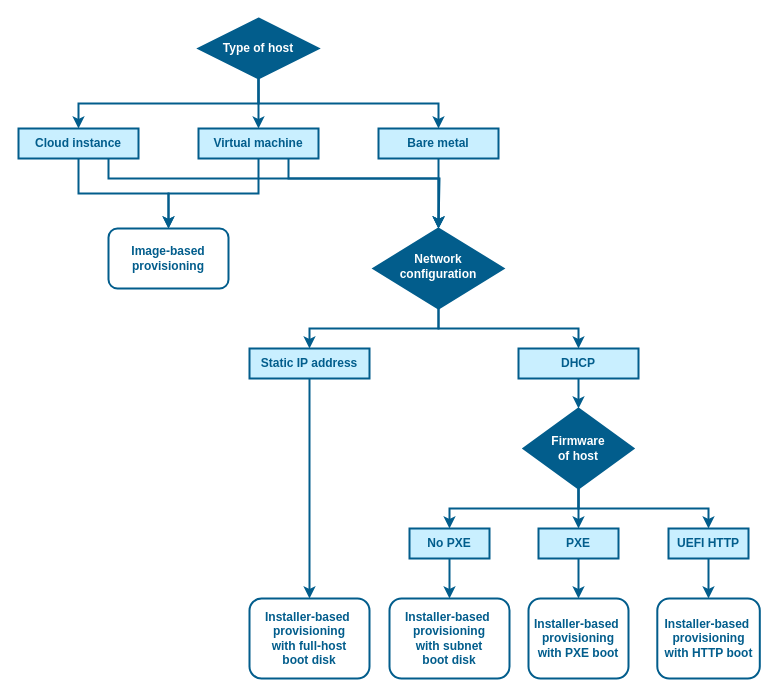
Earlier version of the draw.io diagram guides/image-sources/provisioning-method-selection.drawio (theforeman/foreman-documentation). Source tidied: cells renumbered, new cells numbered last; positions are measured from the earlier drawing's top-left corner, leaving out a move shared by most shapes. Both pictures are drawn from the tidied source at 100%, with x=0, y=0 at pixel (18, 18).
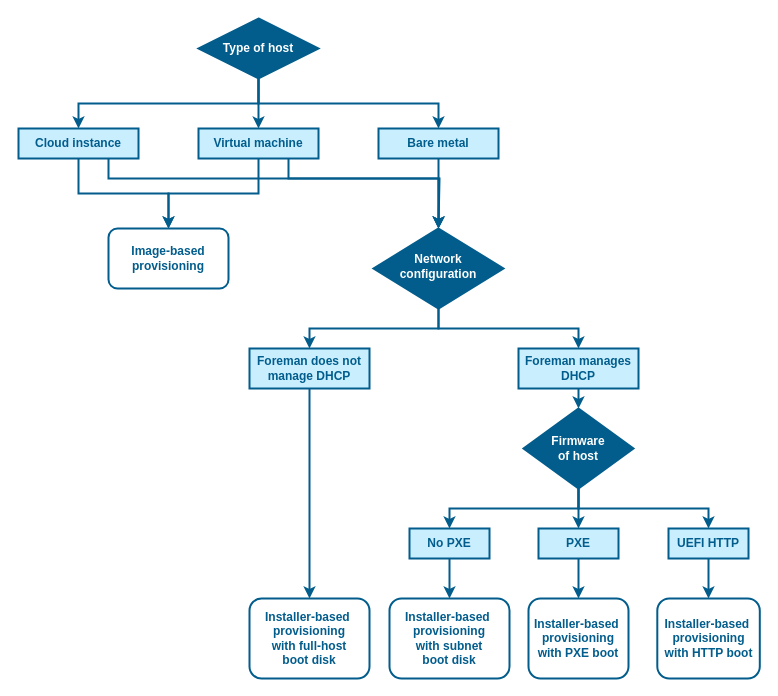
The same diagram, later.

Commit message (it also covers changes not shown here):
Fix selection based on whether Foreman manages DHCP

Diff of the diagram source:
```diff
@@
-    <mxCell id="19" value="Static IP address" style="rounded=0;whiteSpace=wrap;html=1;fontColor=#025d8c;fontStyle=1;strokeColor=#025d8c;strokeWidth=2;fillColor=#C9EFFF;" parent="1" vertex="1">
-      <mxGeometry x="231" y="330" width="120" height="30" as="geometry" />
+    <mxCell id="19" value="Foreman does not manage DHCP" style="rounded=0;whiteSpace=wrap;html=1;fontColor=#025d8c;fontStyle=1;strokeColor=#025d8c;strokeWidth=2;fillColor=#C9EFFF;" parent="1" vertex="1">
+      <mxGeometry x="231" y="330" width="120" height="40" as="geometry" />
     </mxCell>
@@
-    <mxCell id="21" value="DHCP" style="rounded=0;whiteSpace=wrap;html=1;fontColor=#025d8c;fontStyle=1;strokeColor=#025d8c;strokeWidth=2;fillColor=#C9EFFF;" parent="1" vertex="1">
-      <mxGeometry x="500" y="330" width="120" height="30" as="geometry" />
+    <mxCell id="21" value="Foreman manages DHCP" style="rounded=0;whiteSpace=wrap;html=1;fontColor=#025d8c;fontStyle=1;strokeColor=#025d8c;strokeWidth=2;fillColor=#C9EFFF;" parent="1" vertex="1">
+      <mxGeometry x="500" y="330" width="120" height="40" as="geometry" />
     </mxCell>
```
